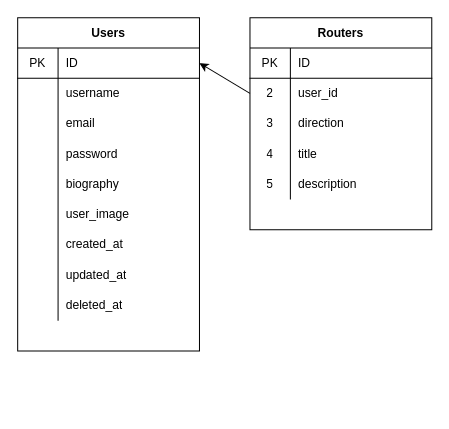
Earlier version of the draw.io diagram api/ER.drawio (mamyudapao/CyclingRouter). Source tidied: cells renumbered, new cells numbered last; positions are measured from the earlier drawing's top-left corner, leaving out a move shared by most shapes. Both pictures are drawn from the tidied source at 101%, with x=0, y=0 at pixel (17, 17).
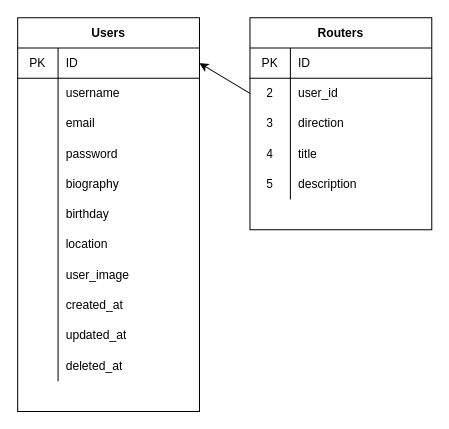
The same page after the edit.

Change to the diagram source:
```diff
@@
     <mxCell id="2" value="Users" style="shape=table;startSize=30;childLayout=tableLayout;rowLines=0;fontStyle=1;align=center;" parent="1" vertex="1">
-      <mxGeometry width="180" height="330" as="geometry" />
+      <mxGeometry width="180" height="390" as="geometry" />
     </mxCell>
@@
+    <mxCell id="47" style="shape=partialRectangle;html=1;whiteSpace=wrap;fillColor=none;top=0;left=0;bottom=0;right=0;" parent="2" vertex="1">
+      <mxGeometry y="180" width="180" height="30" as="geometry" />
+    </mxCell>
+    <mxCell id="48" style="shape=partialRectangle;html=1;whiteSpace=wrap;fillColor=none;top=0;left=0;bottom=0;right=0;overflow=hidden;" parent="47" vertex="1">
+      <mxGeometry width="40" height="30" as="geometry" />
+    </mxCell>
+    <mxCell id="49" value="birthday" style="shape=partialRectangle;html=1;whiteSpace=wrap;fillColor=none;top=0;left=0;bottom=0;right=0;align=left;spacingLeft=6;overflow=hidden;" parent="47" vertex="1">
+      <mxGeometry x="40" width="140" height="30" as="geometry" />
+    </mxCell>
+    <mxCell id="50" style="shape=partialRectangle;html=1;whiteSpace=wrap;fillColor=none;top=0;left=0;bottom=0;right=0;" parent="2" vertex="1">
+      <mxGeometry y="210" width="180" height="30" as="geometry" />
+    </mxCell>
+    <mxCell id="51" style="shape=partialRectangle;html=1;whiteSpace=wrap;fillColor=none;top=0;left=0;bottom=0;right=0;overflow=hidden;" parent="50" vertex="1">
+      <mxGeometry width="40" height="30" as="geometry" />
+    </mxCell>
+    <mxCell id="52" value="location" style="shape=partialRectangle;html=1;whiteSpace=wrap;fillColor=none;top=0;left=0;bottom=0;right=0;align=left;spacingLeft=6;overflow=hidden;" parent="50" vertex="1">
+      <mxGeometry x="40" width="140" height="30" as="geometry" />
+    </mxCell>
     <mxCell id="18" style="shape=partialRectangle;html=1;whiteSpace=wrap;fillColor=none;top=0;left=0;bottom=0;right=0;" parent="2" vertex="1">
-      <mxGeometry y="180" width="180" height="30" as="geometry" />
+      <mxGeometry y="240" width="180" height="30" as="geometry" />
     </mxCell>
@@
     <mxCell id="21" style="shape=partialRectangle;html=1;whiteSpace=wrap;fillColor=none;top=0;left=0;bottom=0;right=0;" parent="2" vertex="1">
-      <mxGeometry y="210" width="180" height="30" as="geometry" />
+      <mxGeometry y="270" width="180" height="30" as="geometry" />
     </mxCell>
@@
     <mxCell id="24" style="shape=partialRectangle;html=1;whiteSpace=wrap;fillColor=none;top=0;left=0;bottom=0;right=0;" parent="2" vertex="1">
-      <mxGeometry y="240" width="180" height="30" as="geometry" />
+      <mxGeometry y="300" width="180" height="30" as="geometry" />
     </mxCell>
@@
     <mxCell id="27" style="shape=partialRectangle;html=1;whiteSpace=wrap;fillColor=none;top=0;left=0;bottom=0;right=0;" parent="2" vertex="1">
-      <mxGeometry y="270" width="180" height="30" as="geometry" />
+      <mxGeometry y="330" width="180" height="30" as="geometry" />
     </mxCell>
```
